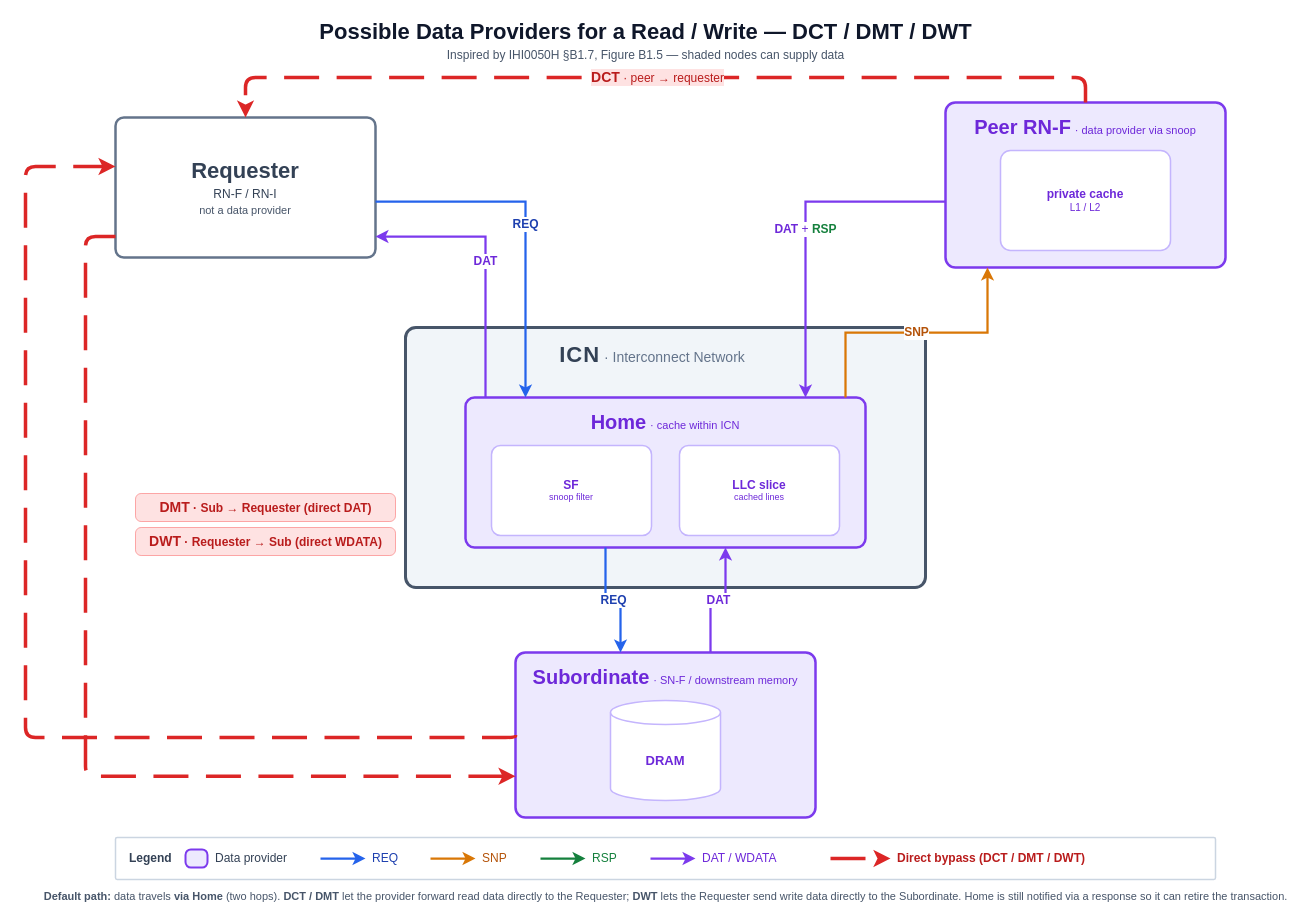
This is ruby-book/resources/chi_data_providers.drawio from ripopov/gem5, a draw.io file, before an edit. Source tidied: cells renumbered, new cells numbered last; positions are measured from the earlier drawing's top-left corner, leaving out a move shared by most shapes. Both pictures are drawn from the tidied source at 100%, with x=0, y=0 at pixel (25, 17).
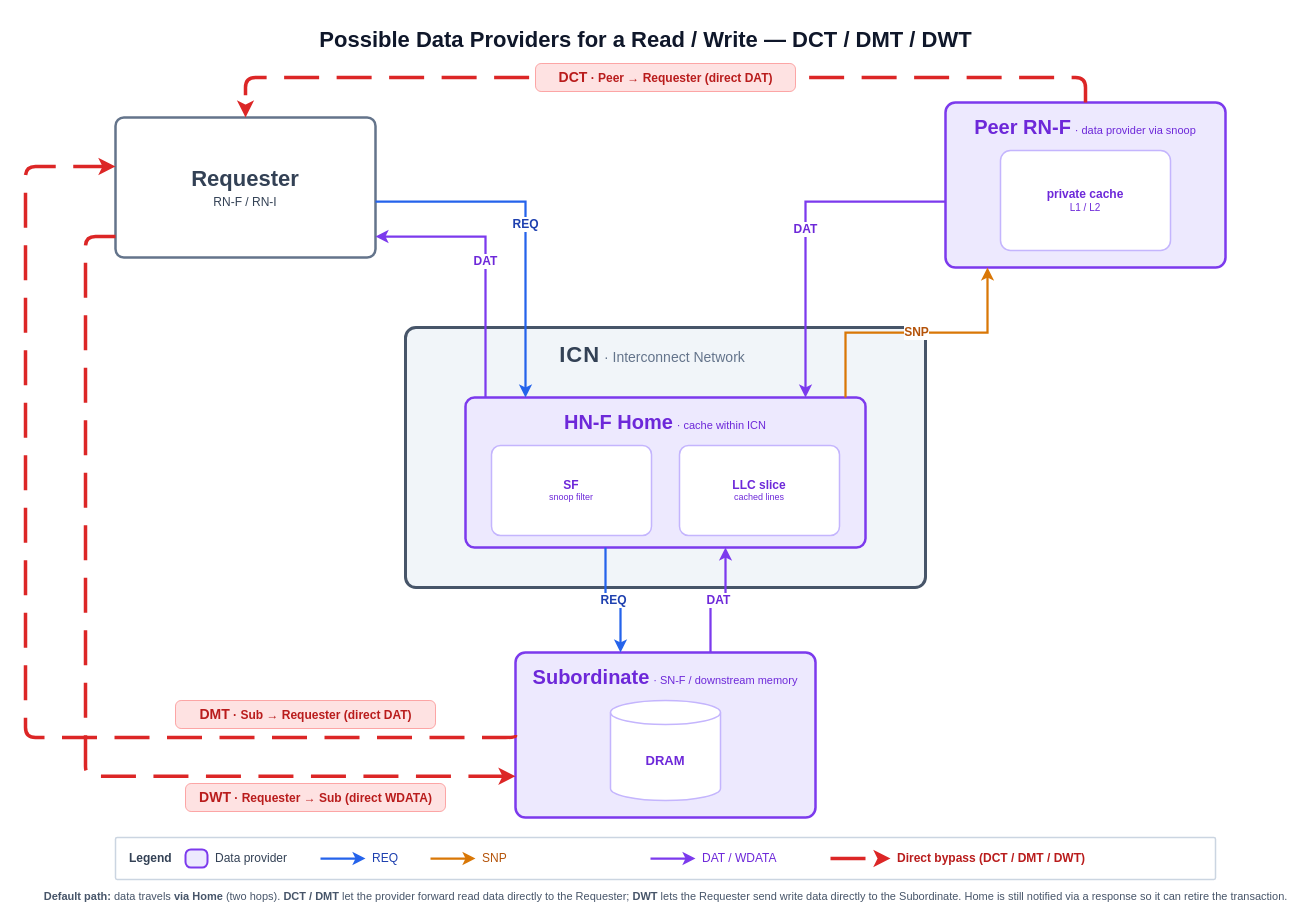
The same diagram, later.

Commit message:
misc: Polish CHI data providers diagram

Unify DCT label style with DMT/DWT by moving it out of the edge into
a standalone text badge (same rounded-pill styling, same placement).
Drop the "Inspired by IHI0050H" subtitle and rename the Home node to
"HN-F Home" to make the node type explicit.

The change refers to these unchanged cells:
```xml
<mxCell id="8" value="&lt;b style=&quot;font-size:20px&quot;&gt;Peer RN-F&lt;/b&gt; &lt;span style=&quot;font-size:11px;font-weight:normal;color:#6d28d9&quot;&gt;· data provider via snoop&lt;/span&gt;" style="rounded=1;whiteSpace=wrap;html=1;fillColor=#EDE9FE;strokeColor=#7c3aed;strokeWidth=2.5;verticalAlign=top;fontSize=14;fontColor=#6d28d9;arcSize=6;spacingTop=6;" parent="1" vertex="1">
  <mxGeometry x="920" y="85" width="280" height="165" as="geometry" />
</mxCell>
```

Diff of the diagram source:
```diff
@@
-    <mxCell id="2" value="&lt;div style=&quot;font-size:22px;font-weight:bold;color:#0f172a&quot;&gt;Possible Data Providers for a Read / Write — DCT / DMT / DWT&lt;/div&gt;&lt;div style=&quot;font-size:12px;color:#475569;margin-top:3px&quot;&gt;Inspired by IHI0050H §B1.7, Figure B1.5 — shaded nodes can supply data&lt;/div&gt;" style="text;html=1;align=center;verticalAlign=middle;strokeColor=none;fillColor=none;" parent="1" vertex="1">
+    <mxCell id="2" value="&lt;div style=&quot;font-size:22px;font-weight:bold;color:#0f172a&quot;&gt;Possible Data Providers for a Read / Write — DCT / DMT / DWT&lt;/div&gt;" style="text;html=1;align=center;verticalAlign=middle;strokeColor=none;fillColor=none;" parent="1" vertex="1">
       <mxGeometry x="120" width="1000" height="46" as="geometry" />
     </mxCell>
@@
-    <mxCell id="4" value="&lt;b style=&quot;font-size:20px&quot;&gt;Home&lt;/b&gt; &lt;span style=&quot;font-size:11px;font-weight:normal;color:#6d28d9&quot;&gt;· cache within ICN&lt;/span&gt;" style="rounded=1;whiteSpace=wrap;html=1;fillColor=#EDE9FE;strokeColor=#7c3aed;strokeWidth=2.5;verticalAlign=top;fontSize=14;fontColor=#6d28d9;arcSize=6;spacingTop=6;" parent="1" vertex="1">
+    <mxCell id="4" value="&lt;b style=&quot;font-size:20px&quot;&gt;HN-F Home&lt;/b&gt; &lt;span style=&quot;font-size:11px;font-weight:normal;color:#6d28d9&quot;&gt;· cache within ICN&lt;/span&gt;" style="rounded=1;whiteSpace=wrap;html=1;fillColor=#EDE9FE;strokeColor=#7c3aed;strokeWidth=2.5;verticalAlign=top;fontSize=14;fontColor=#6d28d9;arcSize=6;spacingTop=6;" parent="1" vertex="1">
       <mxGeometry x="440" y="380" width="400" height="150" as="geometry" />
     </mxCell>
@@
-    <mxCell id="7" value="&lt;b style=&quot;font-size:22px&quot;&gt;Requester&lt;/b&gt;&lt;div style=&quot;font-size:12px;font-weight:normal;margin-top:3px&quot;&gt;RN-F / RN-I&lt;/div&gt;&lt;div style=&quot;font-size:11px;font-weight:normal;color:#475569;margin-top:3px&quot;&gt;not a data provider&lt;/div&gt;" style="rounded=1;whiteSpace=wrap;html=1;fillColor=#ffffff;strokeColor=#64748b;strokeWidth=2.5;verticalAlign=middle;fontSize=14;fontColor=#334155;arcSize=6;" parent="1" vertex="1">
+    <mxCell id="7" value="&lt;b style=&quot;font-size:22px&quot;&gt;Requester&lt;/b&gt;&lt;div style=&quot;font-size:12px;font-weight:normal;margin-top:3px&quot;&gt;RN-F / RN-I&lt;/div&gt;" style="rounded=1;whiteSpace=wrap;html=1;fillColor=#ffffff;strokeColor=#64748b;strokeWidth=2.5;verticalAlign=middle;fontSize=14;fontColor=#334155;arcSize=6;" parent="1" vertex="1">
       <mxGeometry x="90" y="100" width="260" height="140" as="geometry" />
     </mxCell>
@@
-    <mxCell id="15" value="&lt;b&gt;DAT&lt;/b&gt; + &lt;b style=&quot;color:#15803d&quot;&gt;RSP&lt;/b&gt;" style="edgeStyle=orthogonalEdgeStyle;rounded=0;html=1;endArrow=classic;strokeColor=#7c3aed;strokeWidth=2.25;fontSize=12;fontColor=#6d28d9;labelBackgroundColor=#ffffff;exitX=0;exitY=0.6;exitDx=0;exitDy=0;entryX=0.85;entryY=0;entryDx=0;entryDy=0;" parent="1" edge="1" source="8" target="4">
+    <mxCell id="15" value="&lt;b&gt;DAT&lt;/b&gt;" style="edgeStyle=orthogonalEdgeStyle;rounded=0;html=1;endArrow=classic;strokeColor=#7c3aed;strokeWidth=2.25;fontSize=12;fontColor=#6d28d9;labelBackgroundColor=#ffffff;exitX=0;exitY=0.6;exitDx=0;exitDy=0;entryX=0.85;entryY=0;entryDx=0;entryDy=0;" parent="1" edge="1" source="8" target="4">
       <mxGeometry relative="1" as="geometry" />
     </mxCell>
@@
-    <mxCell id="18" value="&lt;b style=&quot;font-size:14px&quot;&gt;DCT&lt;/b&gt; · peer → requester" style="html=1;endArrow=classic;startArrow=none;strokeColor=#dc2626;strokeWidth=3.5;dashed=1;dashPattern=10 5;fontSize=12;fontColor=#b91c1c;labelBackgroundColor=#fee2e2;exitX=0.5;exitY=0;exitDx=0;exitDy=0;entryX=0.5;entryY=0;entryDx=0;entryDy=0;edgeStyle=orthogonalEdgeStyle;rounded=1;" parent="1" edge="1" source="8" target="7">
+    <mxCell id="18" style="html=1;endArrow=classic;startArrow=none;strokeColor=#dc2626;strokeWidth=3.5;dashed=1;dashPattern=10 5;exitX=0.5;exitY=0;exitDx=0;exitDy=0;entryX=0.5;entryY=0;entryDx=0;entryDy=0;edgeStyle=orthogonalEdgeStyle;rounded=1;" parent="1" edge="1" source="8" target="7">
       <mxGeometry relative="1" as="geometry">
         <Array as="points">
           <mxPoint x="1060" y="60" />
           <mxPoint x="220" y="60" />
         </Array>
       </mxGeometry>
     </mxCell>
+    <mxCell id="38" value="&lt;b style=&quot;font-size:14px&quot;&gt;DCT&lt;/b&gt; · Peer → Requester  (direct DAT)" style="text;html=1;align=center;verticalAlign=middle;fontSize=12;fontColor=#b91c1c;fontStyle=1;fillColor=#fee2e2;strokeColor=#fca5a5;rounded=1;arcSize=20;spacingLeft=6;spacingRight=6;" parent="1" vertex="1">
+      <mxGeometry x="510" y="46" width="260" height="28" as="geometry" />
+    </mxCell>
@@
-    <mxCell id="20" value="&lt;b style=&quot;font-size:14px&quot;&gt;DMT&lt;/b&gt; · Sub → Requester  (direct DAT)" style="text;html=1;align=center;verticalAlign=middle;fontSize=12;fontColor=#b91c1c;fontStyle=1;fillColor=#fee2e2;strokeColor=#fca5a5;rounded=1;arcSize=20;spacingLeft=6;spacingRight=6;" parent="1" vertex="1">
-      <mxGeometry x="110" y="476" width="260" height="28" as="geometry" />
+    <mxCell id="20" value="&lt;b style=&quot;font-size:14px&quot;&gt;DMT&lt;/b&gt; · Sub → Requester  (direct DAT)" style="text;html=1;align=center;verticalAlign=middle;fontSize=12;fontColor=#b91c1c;fontStyle=1;fillColor=#fee2e2;strokeColor=#fca5a5;rounded=1;arcSize=20;spacingLeft=6;spacingRight=6;direction=east;" parent="1" vertex="1">
+      <mxGeometry x="150" y="683" width="260" height="28" as="geometry" />
     </mxCell>
@@
     <mxCell id="22" value="&lt;b style=&quot;font-size:14px&quot;&gt;DWT&lt;/b&gt; · Requester → Sub  (direct WDATA)" style="text;html=1;align=center;verticalAlign=middle;fontSize=12;fontColor=#b91c1c;fontStyle=1;fillColor=#fee2e2;strokeColor=#fca5a5;rounded=1;arcSize=20;spacingLeft=6;spacingRight=6;" parent="1" vertex="1">
-      <mxGeometry x="110" y="510" width="260" height="28" as="geometry" />
+      <mxGeometry x="160" y="766" width="260" height="28" as="geometry" />
     </mxCell>
@@
-    <mxCell id="31" style="endArrow=classic;html=1;strokeColor=#15803d;strokeWidth=2.25;" parent="1" edge="1">
-      <mxGeometry relative="1" as="geometry">
-        <mxPoint x="515" y="841" as="sourcePoint" />
-        <mxPoint x="560" y="841" as="targetPoint" />
-      </mxGeometry>
-    </mxCell>
-    <mxCell id="32" value="RSP" style="text;html=1;align=left;verticalAlign=middle;fontSize=12;fontColor=#15803d;strokeColor=none;fillColor=none;" parent="1" vertex="1">
-      <mxGeometry x="565" y="825" width="50" height="32" as="geometry" />
-    </mxCell>
```
